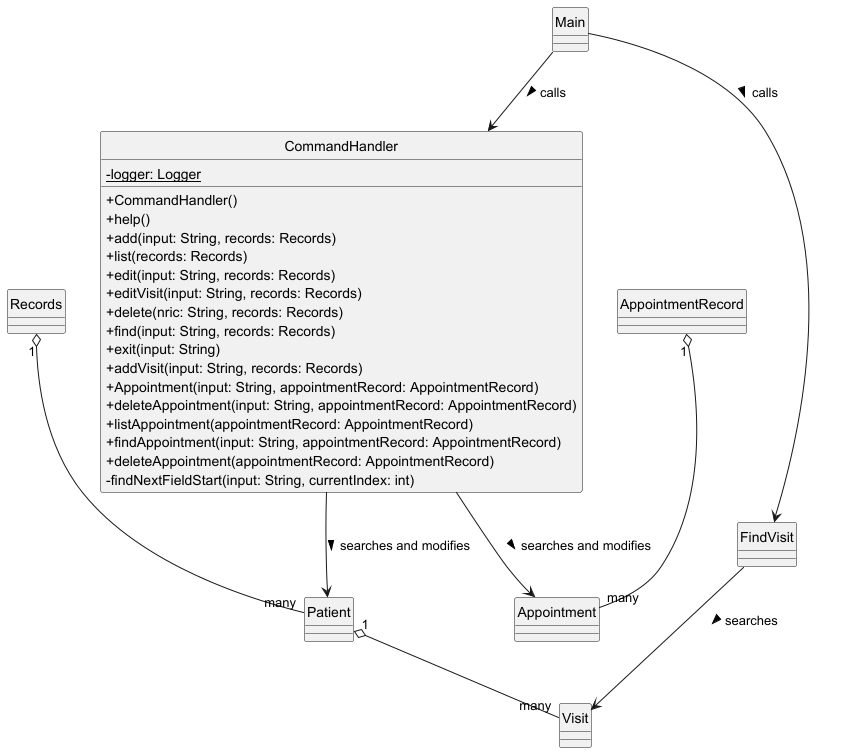
The PlantUML diagram docs/CommandHandler.png in yentheng0110/tp, before a commit.
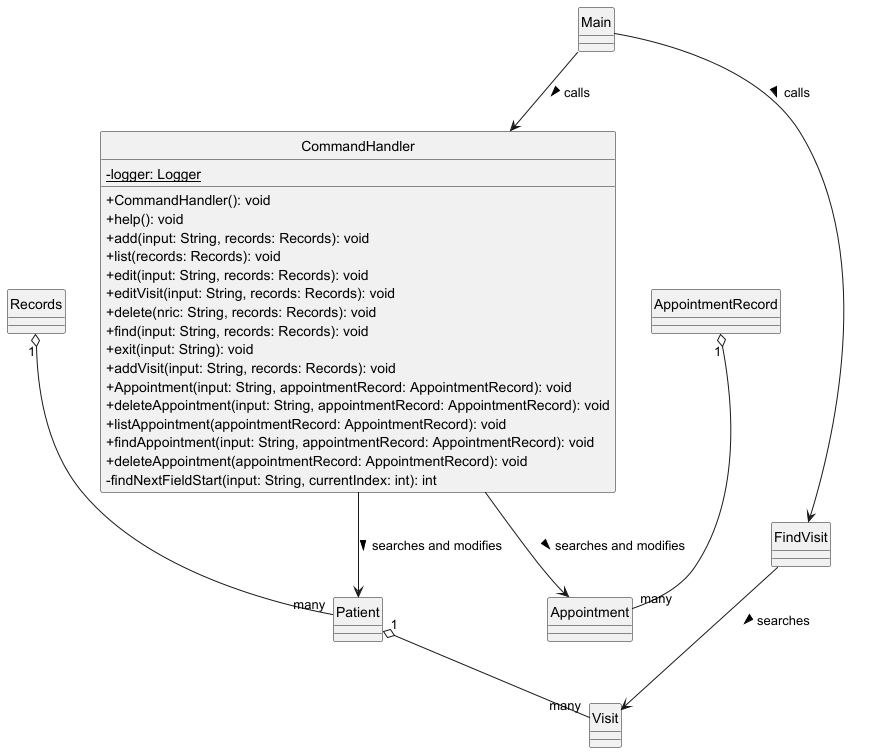
After the change.

Commit message:
Updated "CommandHandler" Class Diagram picture

Change to the diagram source:
```diff
@@ -4,22 +4,22 @@
 
 class CommandHandler {
 -{static} logger: Logger
-+CommandHandler()
-+help()
-+add(input: String, records: Records)
-+list(records: Records)
-+edit(input: String, records: Records)
-+editVisit(input: String, records: Records)
-+delete(nric: String, records: Records)
-+find(input: String, records: Records)
-+exit(input: String)
-+addVisit(input: String, records: Records)
-+Appointment(input: String, appointmentRecord: AppointmentRecord)
-+deleteAppointment(input: String, appointmentRecord: AppointmentRecord)
-+listAppointment(appointmentRecord: AppointmentRecord)
-+findAppointment(input: String, appointmentRecord: AppointmentRecord)
-+deleteAppointment(appointmentRecord: AppointmentRecord)
--findNextFieldStart(input: String, currentIndex: int)
++CommandHandler(): void
++help(): void
++add(input: String, records: Records): void
++list(records: Records): void
++edit(input: String, records: Records): void
++editVisit(input: String, records: Records): void
++delete(nric: String, records: Records): void
++find(input: String, records: Records): void
++exit(input: String): void
++addVisit(input: String, records: Records): void
++Appointment(input: String, appointmentRecord: AppointmentRecord): void
++deleteAppointment(input: String, appointmentRecord: AppointmentRecord): void
++listAppointment(appointmentRecord: AppointmentRecord): void
++findAppointment(input: String, appointmentRecord: AppointmentRecord): void
++deleteAppointment(appointmentRecord: AppointmentRecord): void
+-findNextFieldStart(input: String, currentIndex: int): int
 }
 
 class Patient {
```
